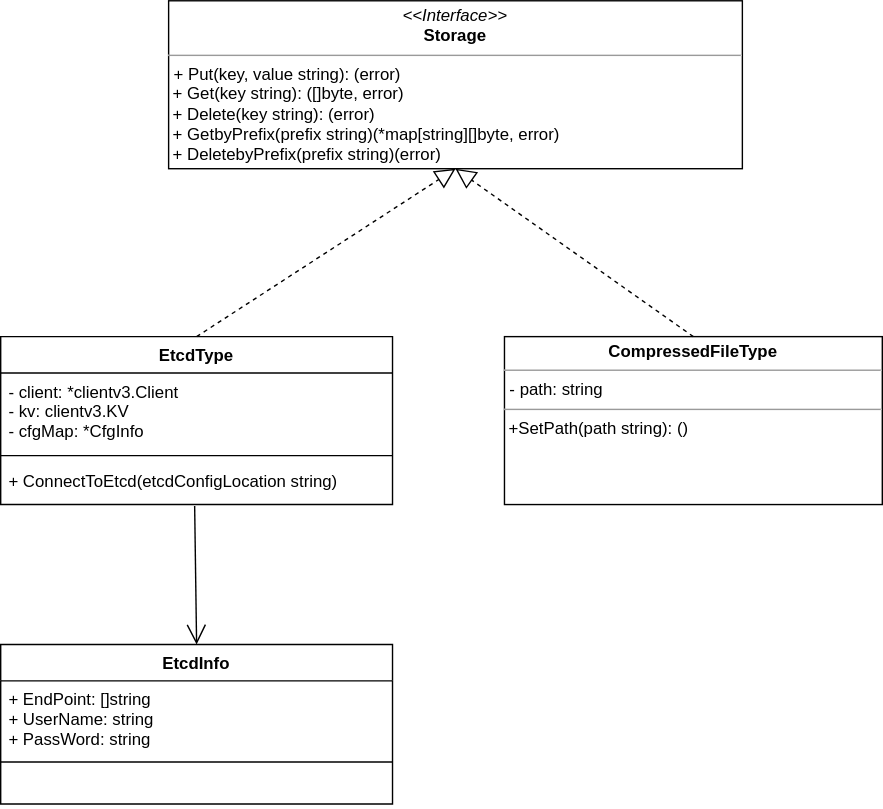
This is docs/images/概设/存储模块.svg from dalgorithm-bastar/configer, a draw.io export, as it was before one commit. Source tidied: cells renumbered, new cells last; positions are measured from the earlier drawing's top-left corner, leaving out a move shared by most shapes. The source it was exported from:
```xml
<mxGraphModel>
  <root>
    <mxCell id="0" />
    <mxCell id="1" parent="0" />
    <mxCell id="2" value="EtcdType" style="swimlane;fontStyle=1;align=center;verticalAlign=top;horizontal=1;startSize=26;" parent="1" vertex="1">
      <mxGeometry y="240" width="280" height="120" as="geometry" />
    </mxCell>
    <mxCell id="3" value="- client: *clientv3.Client&#10;- kv: clientv3.KV &#10;- cfgMap: *CfgInfo" style="text;strokeColor=none;fillColor=none;align=left;verticalAlign=top;spacingLeft=4;spacingRight=4;overflow=hidden;points=[[0,0.5],[1,0.5]];portConstraint=eastwest;" parent="2" vertex="1">
      <mxGeometry y="26" width="280" height="54" as="geometry" />
    </mxCell>
    <mxCell id="4" style="line;strokeWidth=1;fillColor=none;align=left;verticalAlign=middle;spacingTop=-1;spacingLeft=3;spacingRight=3;labelPosition=right;" parent="2" vertex="1">
      <mxGeometry y="80" width="280" height="10" as="geometry" />
    </mxCell>
    <mxCell id="5" value="+ ConnectToEtcd(etcdConfigLocation string)" style="text;strokeColor=none;fillColor=none;align=left;verticalAlign=top;spacingLeft=4;spacingRight=4;overflow=hidden;points=[[0,0.5],[1,0.5]];portConstraint=eastwest;" parent="2" vertex="1">
      <mxGeometry y="90" width="280" height="30" as="geometry" />
    </mxCell>
    <mxCell id="6" value="EtcdInfo" style="swimlane;fontStyle=1;align=center;verticalAlign=top;horizontal=1;startSize=26;" parent="1" vertex="1">
      <mxGeometry y="460" width="280" height="114" as="geometry" />
    </mxCell>
    <mxCell id="7" value="+ EndPoint: []string&#10;+ UserName: string&#10;+ PassWord: string" style="text;strokeColor=none;fillColor=none;align=left;verticalAlign=top;spacingLeft=4;spacingRight=4;overflow=hidden;points=[[0,0.5],[1,0.5]];portConstraint=eastwest;" parent="6" vertex="1">
      <mxGeometry y="26" width="280" height="54" as="geometry" />
    </mxCell>
    <mxCell id="8" style="line;strokeWidth=1;fillColor=none;align=left;verticalAlign=middle;spacingTop=-1;spacingLeft=3;spacingRight=3;labelPosition=right;" parent="6" vertex="1">
      <mxGeometry y="80" width="280" height="8" as="geometry" />
    </mxCell>
    <mxCell id="9" value=" " style="text;strokeColor=none;fillColor=none;align=left;verticalAlign=top;spacingLeft=4;spacingRight=4;overflow=hidden;" parent="6" vertex="1">
      <mxGeometry y="88" width="280" height="26" as="geometry" />
    </mxCell>
    <mxCell id="10" style="endArrow=open;endFill=1;endSize=12;html=1;entryX=0.5;entryY=0;entryDx=0;entryDy=0;exitX=0.495;exitY=1.033;exitDx=0;exitDy=0;exitPerimeter=0;" parent="1" edge="1" source="5" target="6">
      <mxGeometry relative="1" as="geometry" />
    </mxCell>
    <mxCell id="11" value="&lt;p style=&quot;margin: 0px ; margin-top: 4px ; text-align: center&quot;&gt;&lt;i&gt;&amp;lt;&amp;lt;Interface&amp;gt;&amp;gt;&lt;/i&gt;&lt;br&gt;&lt;b&gt;Storage&lt;/b&gt;&lt;/p&gt;&lt;hr size=&quot;1&quot;&gt;&lt;p style=&quot;margin: 0px ; margin-left: 4px&quot;&gt;+ Put(key, value string): (error)&lt;br&gt;&lt;/p&gt;&amp;nbsp;+ Get(key string): ([]byte, error)&lt;br&gt;&amp;nbsp;+ Delete(key string): (error)&lt;br&gt;&amp;nbsp;+ GetbyPrefix(prefix string)(*map[string][]byte, error)&lt;br&gt;&amp;nbsp;+ DeletebyPrefix(prefix string)(error)" style="verticalAlign=top;align=left;overflow=fill;fontSize=12;fontFamily=Helvetica;html=1;" parent="1" vertex="1">
      <mxGeometry x="120" width="410" height="120" as="geometry" />
    </mxCell>
    <mxCell id="12" value="&lt;p style=&quot;margin: 0px ; margin-top: 4px ; text-align: center&quot;&gt;&lt;b&gt;CompressedFileType&lt;/b&gt;&lt;/p&gt;&lt;hr size=&quot;1&quot;&gt;&lt;p style=&quot;margin: 0px ; margin-left: 4px&quot;&gt;- path: string&lt;/p&gt;&lt;hr size=&quot;1&quot;&gt;&amp;nbsp;+SetPath(path string): ()&lt;br&gt;&lt;p style=&quot;margin: 0px ; margin-left: 4px&quot;&gt;&lt;/p&gt;" style="verticalAlign=top;align=left;overflow=fill;fontSize=12;fontFamily=Helvetica;html=1;" parent="1" vertex="1">
      <mxGeometry x="360" y="240" width="270" height="120" as="geometry" />
    </mxCell>
    <mxCell id="13" style="endArrow=block;dashed=1;endFill=0;endSize=12;html=1;exitX=0.5;exitY=0;exitDx=0;exitDy=0;entryX=0.5;entryY=1;entryDx=0;entryDy=0;" parent="1" edge="1" source="12" target="11">
      <mxGeometry relative="1" as="geometry" />
    </mxCell>
    <mxCell id="14" style="endArrow=block;dashed=1;endFill=0;endSize=12;html=1;exitX=0.5;exitY=0;exitDx=0;exitDy=0;entryX=0.5;entryY=1;entryDx=0;entryDy=0;" parent="1" edge="1" source="2" target="11">
      <mxGeometry relative="1" as="geometry" />
    </mxCell>
  </root>
</mxGraphModel>
```
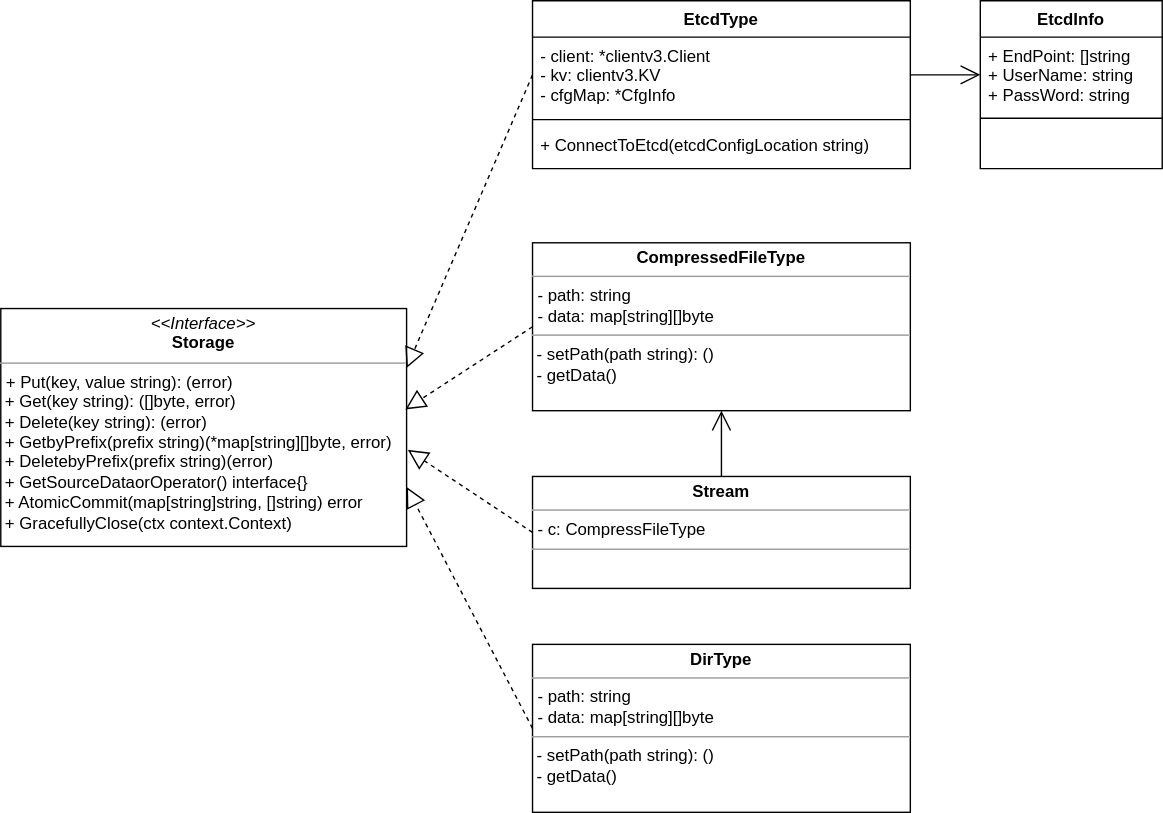
The same file after the commit.

The edit, as a diff of the source:
```diff
@@ -3,43 +3,58 @@
     <mxCell id="0" />
     <mxCell id="1" parent="0" />
     <mxCell id="2" value="EtcdType" style="swimlane;fontStyle=1;align=center;verticalAlign=top;horizontal=1;startSize=26;" parent="1" vertex="1">
-      <mxGeometry y="240" width="280" height="120" as="geometry" />
+      <mxGeometry x="280" y="-180" width="270" height="120" as="geometry" />
     </mxCell>
     <mxCell id="3" value="- client: *clientv3.Client&#10;- kv: clientv3.KV &#10;- cfgMap: *CfgInfo" style="text;strokeColor=none;fillColor=none;align=left;verticalAlign=top;spacingLeft=4;spacingRight=4;overflow=hidden;points=[[0,0.5],[1,0.5]];portConstraint=eastwest;" parent="2" vertex="1">
-      <mxGeometry y="26" width="280" height="54" as="geometry" />
+      <mxGeometry y="26" width="270" height="54" as="geometry" />
     </mxCell>
     <mxCell id="4" style="line;strokeWidth=1;fillColor=none;align=left;verticalAlign=middle;spacingTop=-1;spacingLeft=3;spacingRight=3;labelPosition=right;" parent="2" vertex="1">
-      <mxGeometry y="80" width="280" height="10" as="geometry" />
+      <mxGeometry y="80" width="270" height="10" as="geometry" />
     </mxCell>
     <mxCell id="5" value="+ ConnectToEtcd(etcdConfigLocation string)" style="text;strokeColor=none;fillColor=none;align=left;verticalAlign=top;spacingLeft=4;spacingRight=4;overflow=hidden;points=[[0,0.5],[1,0.5]];portConstraint=eastwest;" parent="2" vertex="1">
-      <mxGeometry y="90" width="280" height="30" as="geometry" />
+      <mxGeometry y="90" width="270" height="30" as="geometry" />
     </mxCell>
     <mxCell id="6" value="EtcdInfo" style="swimlane;fontStyle=1;align=center;verticalAlign=top;horizontal=1;startSize=26;" parent="1" vertex="1">
-      <mxGeometry y="460" width="280" height="114" as="geometry" />
+      <mxGeometry x="600" y="-180" width="130" height="120" as="geometry" />
     </mxCell>
     <mxCell id="7" value="+ EndPoint: []string&#10;+ UserName: string&#10;+ PassWord: string" style="text;strokeColor=none;fillColor=none;align=left;verticalAlign=top;spacingLeft=4;spacingRight=4;overflow=hidden;points=[[0,0.5],[1,0.5]];portConstraint=eastwest;" parent="6" vertex="1">
-      <mxGeometry y="26" width="280" height="54" as="geometry" />
+      <mxGeometry y="26" width="130" height="54" as="geometry" />
     </mxCell>
     <mxCell id="8" style="line;strokeWidth=1;fillColor=none;align=left;verticalAlign=middle;spacingTop=-1;spacingLeft=3;spacingRight=3;labelPosition=right;" parent="6" vertex="1">
-      <mxGeometry y="80" width="280" height="8" as="geometry" />
+      <mxGeometry y="80" width="130" height="8" as="geometry" />
     </mxCell>
     <mxCell id="9" value=" " style="text;strokeColor=none;fillColor=none;align=left;verticalAlign=top;spacingLeft=4;spacingRight=4;overflow=hidden;" parent="6" vertex="1">
-      <mxGeometry y="88" width="280" height="26" as="geometry" />
+      <mxGeometry y="88" width="130" height="32" as="geometry" />
     </mxCell>
-    <mxCell id="10" style="endArrow=open;endFill=1;endSize=12;html=1;entryX=0.5;entryY=0;entryDx=0;entryDy=0;exitX=0.495;exitY=1.033;exitDx=0;exitDy=0;exitPerimeter=0;" parent="1" edge="1" source="5" target="6">
+    <mxCell id="10" style="endArrow=open;endFill=1;endSize=12;html=1;entryX=0;entryY=0.5;entryDx=0;entryDy=0;exitX=1;exitY=0.5;exitDx=0;exitDy=0;" parent="1" edge="1" source="3" target="7">
       <mxGeometry relative="1" as="geometry" />
     </mxCell>
-    <mxCell id="11" value="&lt;p style=&quot;margin: 0px ; margin-top: 4px ; text-align: center&quot;&gt;&lt;i&gt;&amp;lt;&amp;lt;Interface&amp;gt;&amp;gt;&lt;/i&gt;&lt;br&gt;&lt;b&gt;Storage&lt;/b&gt;&lt;/p&gt;&lt;hr size=&quot;1&quot;&gt;&lt;p style=&quot;margin: 0px ; margin-left: 4px&quot;&gt;+ Put(key, value string): (error)&lt;br&gt;&lt;/p&gt;&amp;nbsp;+ Get(key string): ([]byte, error)&lt;br&gt;&amp;nbsp;+ Delete(key string): (error)&lt;br&gt;&amp;nbsp;+ GetbyPrefix(prefix string)(*map[string][]byte, error)&lt;br&gt;&amp;nbsp;+ DeletebyPrefix(prefix string)(error)" style="verticalAlign=top;align=left;overflow=fill;fontSize=12;fontFamily=Helvetica;html=1;" parent="1" vertex="1">
-      <mxGeometry x="120" width="410" height="120" as="geometry" />
+    <mxCell id="11" value="&lt;p style=&quot;margin: 0px ; margin-top: 4px ; text-align: center&quot;&gt;&lt;i&gt;&amp;lt;&amp;lt;Interface&amp;gt;&amp;gt;&lt;/i&gt;&lt;br&gt;&lt;b&gt;Storage&lt;/b&gt;&lt;/p&gt;&lt;hr size=&quot;1&quot;&gt;&lt;p style=&quot;margin: 0px ; margin-left: 4px&quot;&gt;+ Put(key, value string): (error)&lt;br&gt;&lt;/p&gt;&amp;nbsp;+ Get(key string): ([]byte, error)&lt;br&gt;&amp;nbsp;+ Delete(key string): (error)&lt;br&gt;&amp;nbsp;+ GetbyPrefix(prefix string)(*map[string][]byte, error)&lt;br&gt;&amp;nbsp;+ DeletebyPrefix(prefix string)(error)&lt;br&gt;&lt;span&gt;&amp;nbsp;+ GetSourceDataorOperator&lt;/span&gt;&lt;span&gt;() &lt;/span&gt;&lt;span&gt;interface&lt;/span&gt;&lt;span&gt;{}&lt;br&gt;&lt;/span&gt;&lt;span&gt;&amp;nbsp;+ AtomicCommit&lt;/span&gt;&lt;span&gt;(&lt;/span&gt;&lt;span&gt;map&lt;/span&gt;&lt;span&gt;[&lt;/span&gt;&lt;span&gt;string&lt;/span&gt;&lt;span&gt;]&lt;/span&gt;&lt;span&gt;string, &lt;/span&gt;&lt;span&gt;[]&lt;/span&gt;&lt;span&gt;string&lt;/span&gt;&lt;span&gt;) &lt;/span&gt;&lt;span&gt;error&lt;br&gt;&lt;/span&gt;&lt;span&gt;&amp;nbsp;+ GracefullyClose&lt;/span&gt;&lt;span&gt;(ctx &lt;/span&gt;&lt;span&gt;context&lt;/span&gt;&lt;span&gt;.&lt;/span&gt;&lt;span&gt;Context&lt;/span&gt;&lt;span&gt;)&lt;/span&gt;&lt;span&gt;&lt;br&gt;&lt;/span&gt;" style="verticalAlign=top;align=left;overflow=fill;fontSize=12;fontFamily=Helvetica;html=1;" parent="1" vertex="1">
+      <mxGeometry x="-100" y="40" width="290" height="170" as="geometry" />
     </mxCell>
-    <mxCell id="12" value="&lt;p style=&quot;margin: 0px ; margin-top: 4px ; text-align: center&quot;&gt;&lt;b&gt;CompressedFileType&lt;/b&gt;&lt;/p&gt;&lt;hr size=&quot;1&quot;&gt;&lt;p style=&quot;margin: 0px ; margin-left: 4px&quot;&gt;- path: string&lt;/p&gt;&lt;hr size=&quot;1&quot;&gt;&amp;nbsp;+SetPath(path string): ()&lt;br&gt;&lt;p style=&quot;margin: 0px ; margin-left: 4px&quot;&gt;&lt;/p&gt;" style="verticalAlign=top;align=left;overflow=fill;fontSize=12;fontFamily=Helvetica;html=1;" parent="1" vertex="1">
-      <mxGeometry x="360" y="240" width="270" height="120" as="geometry" />
+    <mxCell id="12" value="&lt;p style=&quot;margin: 0px ; margin-top: 4px ; text-align: center&quot;&gt;&lt;b&gt;CompressedFileType&lt;/b&gt;&lt;/p&gt;&lt;hr size=&quot;1&quot;&gt;&lt;p style=&quot;margin: 0px ; margin-left: 4px&quot;&gt;- path: string&lt;/p&gt;&lt;p style=&quot;margin: 0px ; margin-left: 4px&quot;&gt;- data: map[string][]byte&lt;/p&gt;&lt;hr size=&quot;1&quot;&gt;&amp;nbsp;- setPath(path string): ()&lt;br&gt;&amp;nbsp;- getData()&lt;br&gt;&lt;p style=&quot;margin: 0px ; margin-left: 4px&quot;&gt;&lt;/p&gt;" style="verticalAlign=top;align=left;overflow=fill;fontSize=12;fontFamily=Helvetica;html=1;" parent="1" vertex="1">
+      <mxGeometry x="280" y="-7" width="270" height="120" as="geometry" />
     </mxCell>
-    <mxCell id="13" style="endArrow=block;dashed=1;endFill=0;endSize=12;html=1;exitX=0.5;exitY=0;exitDx=0;exitDy=0;entryX=0.5;entryY=1;entryDx=0;entryDy=0;" parent="1" edge="1" source="12" target="11">
+    <mxCell id="13" style="endArrow=block;dashed=1;endFill=0;endSize=12;html=1;exitX=0;exitY=0.5;exitDx=0;exitDy=0;entryX=0.997;entryY=0.424;entryDx=0;entryDy=0;entryPerimeter=0;" parent="1" edge="1" source="12" target="11">
       <mxGeometry relative="1" as="geometry" />
     </mxCell>
-    <mxCell id="14" style="endArrow=block;dashed=1;endFill=0;endSize=12;html=1;exitX=0.5;exitY=0;exitDx=0;exitDy=0;entryX=0.5;entryY=1;entryDx=0;entryDy=0;" parent="1" edge="1" source="2" target="11">
+    <mxCell id="14" style="endArrow=block;dashed=1;endFill=0;endSize=12;html=1;exitX=0;exitY=0.5;exitDx=0;exitDy=0;entryX=1;entryY=0.25;entryDx=0;entryDy=0;" parent="1" edge="1" source="3" target="11">
       <mxGeometry relative="1" as="geometry" />
     </mxCell>
+    <mxCell id="15" value="&lt;p style=&quot;margin: 0px ; margin-top: 4px ; text-align: center&quot;&gt;&lt;b&gt;Stream&lt;/b&gt;&lt;/p&gt;&lt;hr size=&quot;1&quot;&gt;&lt;p style=&quot;margin: 0px ; margin-left: 4px&quot;&gt;- c: CompressFileType&lt;/p&gt;&lt;hr size=&quot;1&quot;&gt;&amp;nbsp;&lt;br&gt;&lt;p style=&quot;margin: 0px ; margin-left: 4px&quot;&gt;&lt;/p&gt;" style="verticalAlign=top;align=left;overflow=fill;fontSize=12;fontFamily=Helvetica;html=1;" parent="1" vertex="1">
+      <mxGeometry x="280" y="160" width="270" height="80" as="geometry" />
+    </mxCell>
+    <mxCell id="16" style="endArrow=block;dashed=1;endFill=0;endSize=12;html=1;exitX=0;exitY=0.5;exitDx=0;exitDy=0;entryX=1.003;entryY=0.594;entryDx=0;entryDy=0;entryPerimeter=0;" parent="1" edge="1" source="15" target="11">
+      <mxGeometry relative="1" as="geometry" />
+    </mxCell>
+    <mxCell id="17" style="endArrow=open;endFill=1;endSize=12;html=1;entryX=0.5;entryY=1;entryDx=0;entryDy=0;exitX=0.5;exitY=0;exitDx=0;exitDy=0;" parent="1" edge="1" source="15" target="12">
+      <mxGeometry relative="1" as="geometry" />
+    </mxCell>
+    <mxCell id="18" value="&lt;p style=&quot;margin: 0px ; margin-top: 4px ; text-align: center&quot;&gt;&lt;b&gt;DirType&lt;/b&gt;&lt;/p&gt;&lt;hr size=&quot;1&quot;&gt;&lt;p style=&quot;margin: 0px ; margin-left: 4px&quot;&gt;- path: string&lt;/p&gt;&lt;p style=&quot;margin: 0px ; margin-left: 4px&quot;&gt;- data: map[string][]byte&lt;/p&gt;&lt;hr size=&quot;1&quot;&gt;&amp;nbsp;- setPath(path string): ()&lt;br&gt;&amp;nbsp;- getData()&lt;br&gt;&lt;p style=&quot;margin: 0px ; margin-left: 4px&quot;&gt;&lt;/p&gt;" style="verticalAlign=top;align=left;overflow=fill;fontSize=12;fontFamily=Helvetica;html=1;" parent="1" vertex="1">
+      <mxGeometry x="280" y="280" width="270" height="120" as="geometry" />
+    </mxCell>
+    <mxCell id="19" style="endArrow=block;dashed=1;endFill=0;endSize=12;html=1;exitX=0;exitY=0.5;exitDx=0;exitDy=0;entryX=1;entryY=0.75;entryDx=0;entryDy=0;" parent="1" edge="1" source="18" target="11">
+      <mxGeometry relative="1" as="geometry" />
+    </mxCell>
   </root>
 </mxGraphModel>
```
